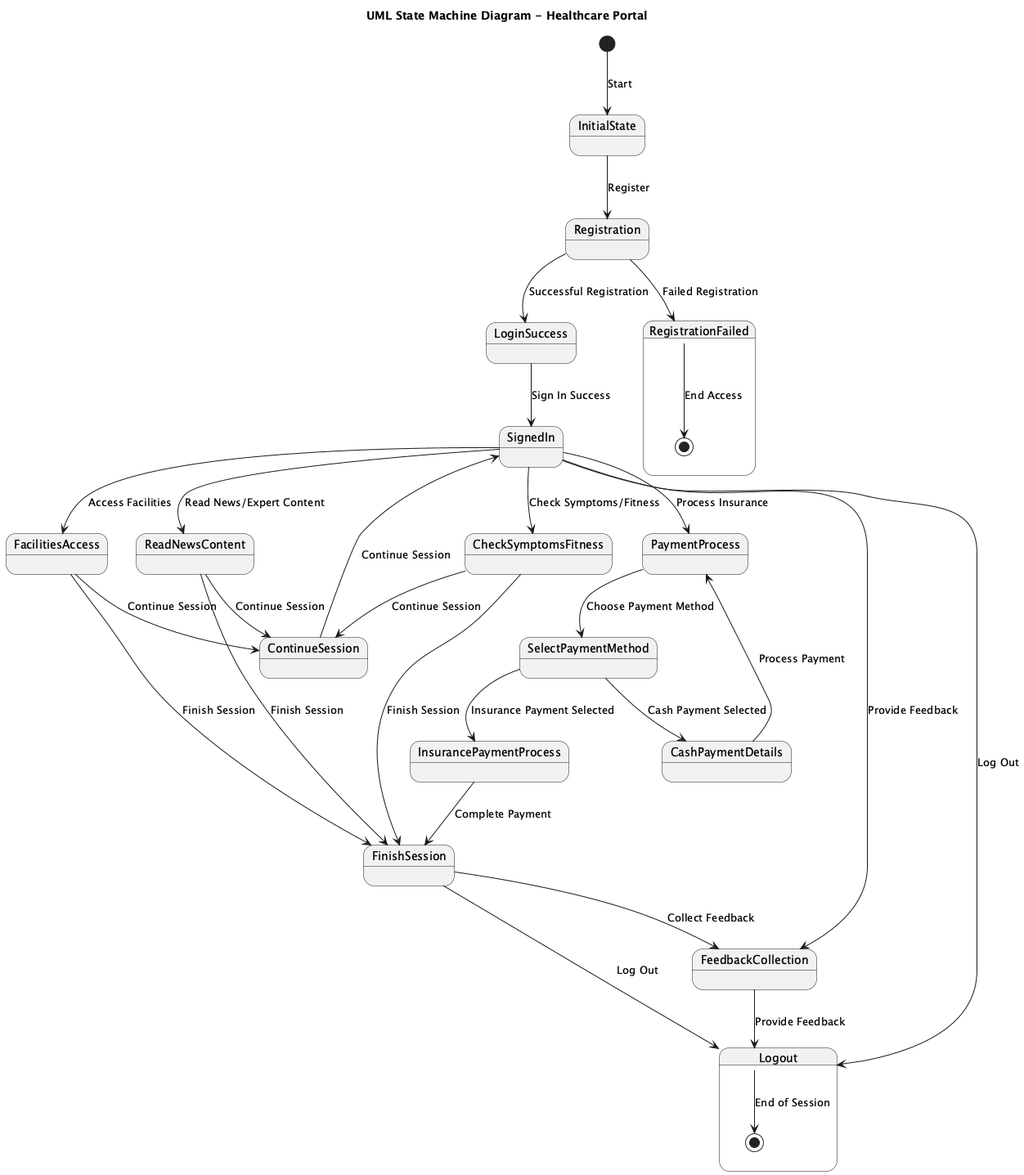
Above: results/plantuml_pipeline/ensemble_stacked_llm/runs/ensemble__all_methods__candidate_pool__stacked_llm/case_01_healthcare_portal/ensemble.png in maimunafaria/State_transition_Diagram_generated_by_LLM (PlantUML), before the change. Source of this version:
```plantuml
@startuml
title UML State Machine Diagram - Healthcare Portal

[*] --> InitialState : Start

state InitialState {
  InitialState --> Registration : Register
}

state Registration {
  Registration --> LoginSuccess : Successful Registration
  Registration --> RegistrationFailed : Failed Registration
}

state RegistrationFailed {
  RegistrationFailed --> [*] : End Access
}

state LoginSuccess {
  LoginSuccess --> SignedIn : Sign In Success
}

state SignedIn {
  SignedIn --> FacilitiesAccess : Access Facilities
  SignedIn --> ReadNewsContent : Read News/Expert Content
  SignedIn --> CheckSymptomsFitness : Check Symptoms/Fitness
  SignedIn --> PaymentProcess : Process Insurance
  SignedIn --> FeedbackCollection : Provide Feedback
  SignedIn --> Logout : Log Out
}

state FacilitiesAccess {
  FacilitiesAccess --> ContinueSession : Continue Session
  FacilitiesAccess --> FinishSession : Finish Session
}

state ReadNewsContent {
  ReadNewsContent --> ContinueSession : Continue Session
  ReadNewsContent --> FinishSession : Finish Session
}

state CheckSymptomsFitness {
  CheckSymptomsFitness --> ContinueSession : Continue Session
  CheckSymptomsFitness --> FinishSession : Finish Session
}

state PaymentProcess {
  PaymentProcess --> SelectPaymentMethod : Choose Payment Method
}

state SelectPaymentMethod {
  SelectPaymentMethod --> CashPaymentDetails : Cash Payment Selected
  SelectPaymentMethod --> InsurancePaymentProcess : Insurance Payment Selected
}

state CashPaymentDetails {
  CashPaymentDetails --> PaymentProcess : Process Payment
}

state InsurancePaymentProcess {
  InsurancePaymentProcess --> FinishSession : Complete Payment
}

state ContinueSession {
  ContinueSession --> SignedIn : Continue Session
}

state FinishSession {
  FinishSession --> FeedbackCollection : Collect Feedback
  FinishSession --> Logout : Log Out
}

state FeedbackCollection {
  FeedbackCollection --> Logout : Provide Feedback
}

state Logout {
  Logout --> [*] : End of Session
}

@enduml
```
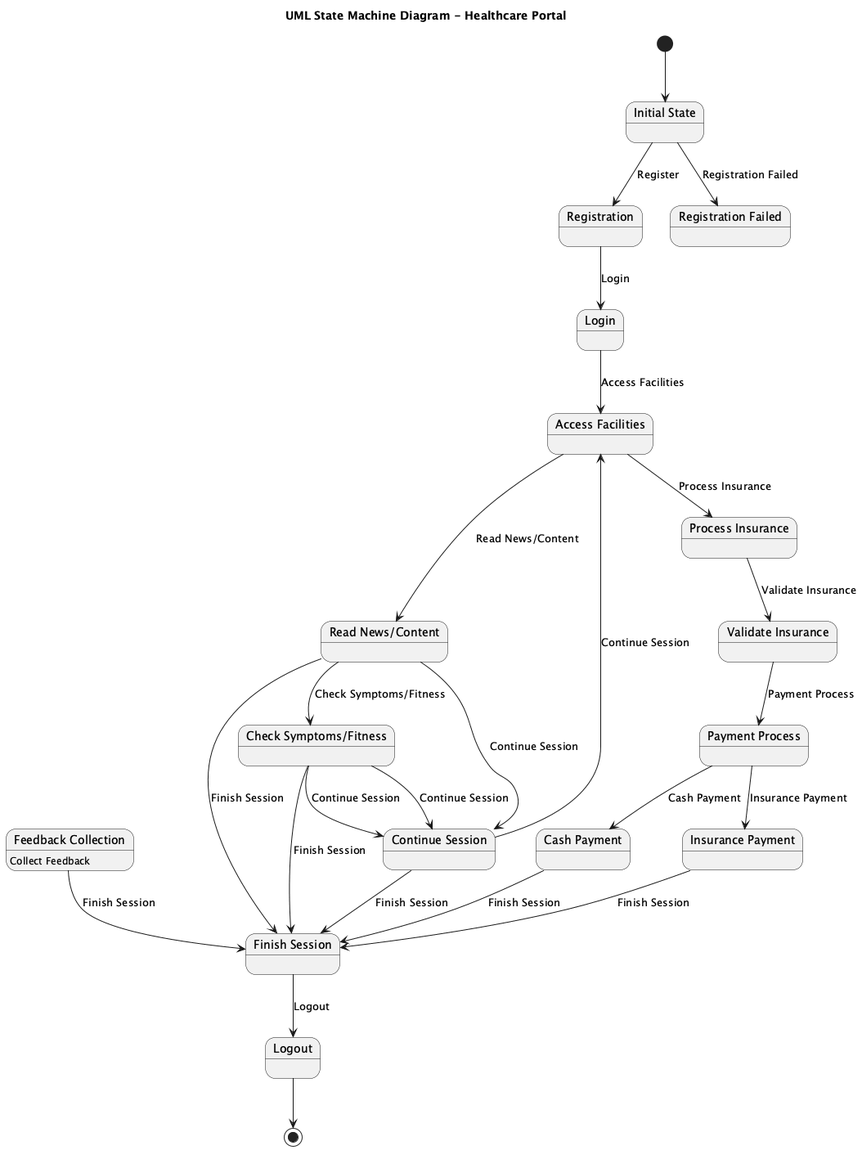
Later version of the same file.

Diff of the diagram source:
```diff
@@ -1,81 +1,57 @@
 @startuml
 title UML State Machine Diagram - Healthcare Portal
 
-[*] --> InitialState : Start
+state "Initial State" as Initial
+state "Registration" as Registration
+state "Registration Failed" as RegistrationFailed
+state "Login" as Login
+state "Access Facilities" as AccessFacilities
+state "Read News/Content" as ReadNewsContent
+state "Check Symptoms/Fitness" as CheckSymptomsFitness
+state "Continue Session" as ContinueSession
+state "Finish Session" as FinishSession
+state "Process Insurance" as ProcessInsurance
+state "Validate Insurance" as ValidateInsurance
+state "Payment Process" as PaymentProcess
+state "Cash Payment" as CashPayment
+state "Insurance Payment" as InsurancePayment
+state "Feedback Collection" as FeedbackCollection
+state "Logout" as Logout
 
-state InitialState {
-  InitialState --> Registration : Register
-}
+[*] --> Initial
 
-state Registration {
-  Registration --> LoginSuccess : Successful Registration
-  Registration --> RegistrationFailed : Failed Registration
-}
+Initial --> Registration : Register
+Registration --> Login : Login
+Login --> AccessFacilities : Access Facilities
+AccessFacilities --> ReadNewsContent : Read News/Content
+ReadNewsContent --> CheckSymptomsFitness : Check Symptoms/Fitness
+CheckSymptomsFitness --> ContinueSession : Continue Session
+ContinueSession --> AccessFacilities : Continue Session
+ContinueSession --> FinishSession : Finish Session
 
-state RegistrationFailed {
-  RegistrationFailed --> [*] : End Access
-}
+FinishSession --> Logout : Logout
 
-state LoginSuccess {
-  LoginSuccess --> SignedIn : Sign In Success
-}
+AccessFacilities --> ProcessInsurance : Process Insurance
+ProcessInsurance --> ValidateInsurance : Validate Insurance
+ValidateInsurance --> PaymentProcess : Payment Process
 
-state SignedIn {
-  SignedIn --> FacilitiesAccess : Access Facilities
-  SignedIn --> ReadNewsContent : Read News/Expert Content
-  SignedIn --> CheckSymptomsFitness : Check Symptoms/Fitness
-  SignedIn --> PaymentProcess : Process Insurance
-  SignedIn --> FeedbackCollection : Provide Feedback
-  SignedIn --> Logout : Log Out
-}
+PaymentProcess --> CashPayment : Cash Payment
+CashPayment --> FinishSession : Finish Session
 
-state FacilitiesAccess {
-  FacilitiesAccess --> ContinueSession : Continue Session
-  FacilitiesAccess --> FinishSession : Finish Session
-}
+PaymentProcess --> InsurancePayment : Insurance Payment
+InsurancePayment --> FinishSession : Finish Session
 
-state ReadNewsContent {
-  ReadNewsContent --> ContinueSession : Continue Session
-  ReadNewsContent --> FinishSession : Finish Session
-}
+ReadNewsContent --> ContinueSession : Continue Session
+ReadNewsContent --> FinishSession : Finish Session
 
-state CheckSymptomsFitness {
-  CheckSymptomsFitness --> ContinueSession : Continue Session
-  CheckSymptomsFitness --> FinishSession : Finish Session
-}
+CheckSymptomsFitness --> ContinueSession : Continue Session
+CheckSymptomsFitness --> FinishSession : Finish Session
 
-state PaymentProcess {
-  PaymentProcess --> SelectPaymentMethod : Choose Payment Method
-}
+FeedbackCollection : Collect Feedback
+FeedbackCollection --> FinishSession : Finish Session
 
-state SelectPaymentMethod {
-  SelectPaymentMethod --> CashPaymentDetails : Cash Payment Selected
-  SelectPaymentMethod --> InsurancePaymentProcess : Insurance Payment Selected
-}
+Logout --> [*]
 
-state CashPaymentDetails {
-  CashPaymentDetails --> PaymentProcess : Process Payment
-}
-
-state InsurancePaymentProcess {
-  InsurancePaymentProcess --> FinishSession : Complete Payment
-}
-
-state ContinueSession {
-  ContinueSession --> SignedIn : Continue Session
-}
-
-state FinishSession {
-  FinishSession --> FeedbackCollection : Collect Feedback
-  FinishSession --> Logout : Log Out
-}
-
-state FeedbackCollection {
-  FeedbackCollection --> Logout : Provide Feedback
-}
-
-state Logout {
-  Logout --> [*] : End of Session
-}
+Initial --> RegistrationFailed : Registration Failed
 
 @enduml
```
